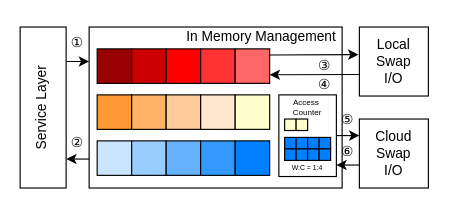
Above: 3m_paper/in_memory_management.drawio in linqinluli/picture_draw (draw.io), before the change. Source tidied: cells renumbered, new cells numbered last; positions are measured from the earlier drawing's top-left corner, leaving out a move shared by most shapes. Both pictures are drawn from the tidied source at 115%, with x=0, y=0 at pixel (20, 20).
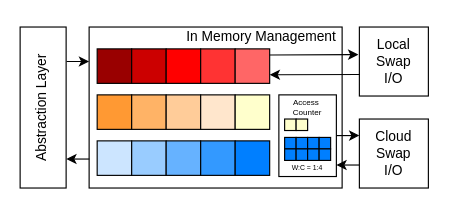
The same page after the edit.

Change to the diagram source:
```diff
@@
-    <mxCell id="2" value="Service Layer" style="rounded=0;whiteSpace=wrap;html=1;textDirection=vertical-rl;rotation=-180;" parent="1" vertex="1">
+    <mxCell id="2" value="Abstraction Layer" style="rounded=0;whiteSpace=wrap;html=1;textDirection=vertical-rl;rotation=-180;" parent="1" vertex="1">
       <mxGeometry y="6" width="40" height="140" as="geometry" />
     </mxCell>
@@
-    <mxCell id="41" value="①" style="text;html=1;align=center;verticalAlign=middle;whiteSpace=wrap;rounded=0;" parent="1" vertex="1">
-      <mxGeometry x="40" y="10" width="20" height="20" as="geometry" />
-    </mxCell>
-    <mxCell id="42" value="②" style="text;html=1;align=center;verticalAlign=middle;whiteSpace=wrap;rounded=0;" parent="1" vertex="1">
-      <mxGeometry x="40" y="97" width="20" height="20" as="geometry" />
-    </mxCell>
-    <mxCell id="43" value="③" style="text;html=1;align=center;verticalAlign=middle;whiteSpace=wrap;rounded=0;" parent="1" vertex="1">
-      <mxGeometry x="255" y="30" width="20" height="20" as="geometry" />
-    </mxCell>
-    <mxCell id="44" value="④" style="text;html=1;align=center;verticalAlign=middle;whiteSpace=wrap;rounded=0;" parent="1" vertex="1">
-      <mxGeometry x="255" y="46" width="20" height="20" as="geometry" />
-    </mxCell>
-    <mxCell id="45" value="⑤" style="text;html=1;align=center;verticalAlign=middle;whiteSpace=wrap;rounded=0;" parent="1" vertex="1">
-      <mxGeometry x="275" y="77" width="20" height="20" as="geometry" />
-    </mxCell>
-    <mxCell id="46" value="⑥" style="text;html=1;align=center;verticalAlign=middle;whiteSpace=wrap;rounded=0;" parent="1" vertex="1">
-      <mxGeometry x="275" y="105" width="20" height="20" as="geometry" />
-    </mxCell>
```
